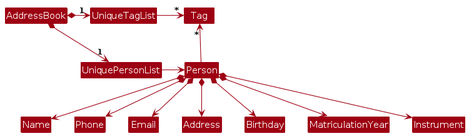
Before: diagrams/BetterModelClassDiagram.png, a diagram exported from PlantUML (AY2324S2-CS2103T-T15-3/tp). Its source is kept beside it as diagrams/BetterModelClassDiagram.puml. Its diagram source:
```plantuml
@startuml
!include style.puml
skinparam arrowThickness 1.1
skinparam arrowColor MODEL_COLOR
skinparam classBackgroundColor MODEL_COLOR

AddressBook *-right-> "1" UniquePersonList
AddressBook *-right-> "1" UniqueTagList
UniqueTagList -[hidden]down- UniquePersonList
UniqueTagList -[hidden]down- UniquePersonList

UniqueTagList -right-> "*" Tag
UniquePersonList -right-> Person

Person -up-> "*" Tag

Person *--> Name
Person *--> Phone
Person *--> Email
Person *--> Address
Person *--> Birthday
Person *--> MatriculationYear
Person *--> Instrument
@enduml
```
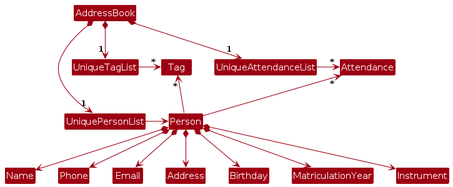
After the change.

The edit, as a diff of the source:
```diff
@@ -5,14 +5,18 @@
 skinparam classBackgroundColor MODEL_COLOR
 
 AddressBook *-right-> "1" UniquePersonList
-AddressBook *-right-> "1" UniqueTagList
+AddressBook *-down-> "1" UniqueTagList
+AddressBook *-down-> "1" UniqueAttendanceList
+
 UniqueTagList -[hidden]down- UniquePersonList
 UniqueTagList -[hidden]down- UniquePersonList
 
 UniqueTagList -right-> "*" Tag
+UniqueAttendanceList -right-> "*" Attendance
 UniquePersonList -right-> Person
 
 Person -up-> "*" Tag
+Person -up-> "*" Attendance
 
 Person *--> Name
 Person *--> Phone
```
